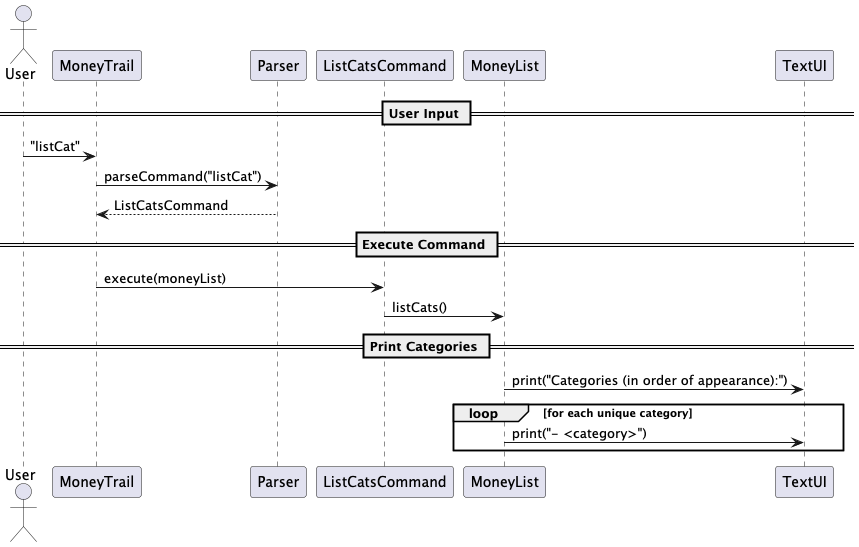
This is docs/diagrams/List.png from EdwinTun98/tp, a PlantUML export, as it was before one commit.
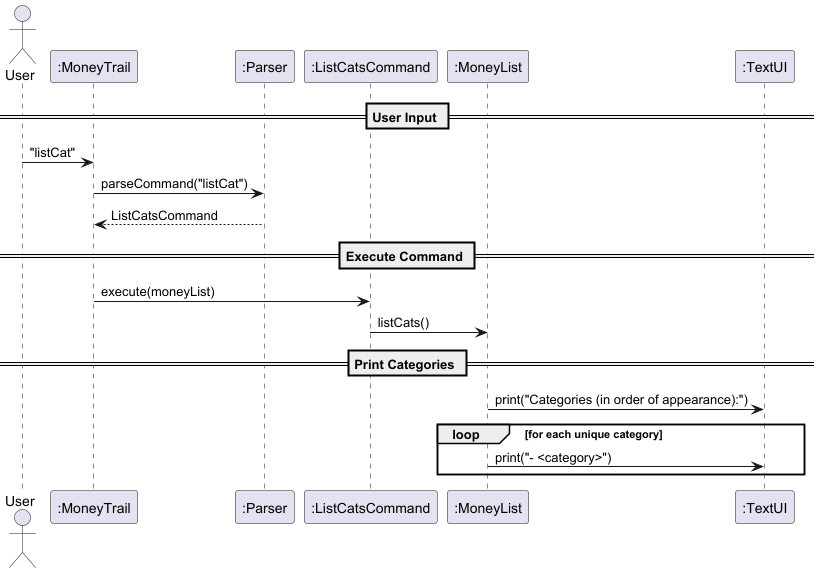
The same diagram one commit later.

Change to the diagram source:
```diff
@@ -1,10 +1,10 @@
 @startuml
 actor User
-participant MoneyTrail
-participant Parser
-participant ListCatsCommand
-participant MoneyList
-participant TextUI
+participant MoneyTrail as ":MoneyTrail"
+participant Parser as ":Parser"
+participant ListCatsCommand as ":ListCatsCommand"
+participant MoneyList as ":MoneyList"
+participant TextUI as ":TextUI"
 
 == User Input ==
 User -> MoneyTrail : "listCat"
```
